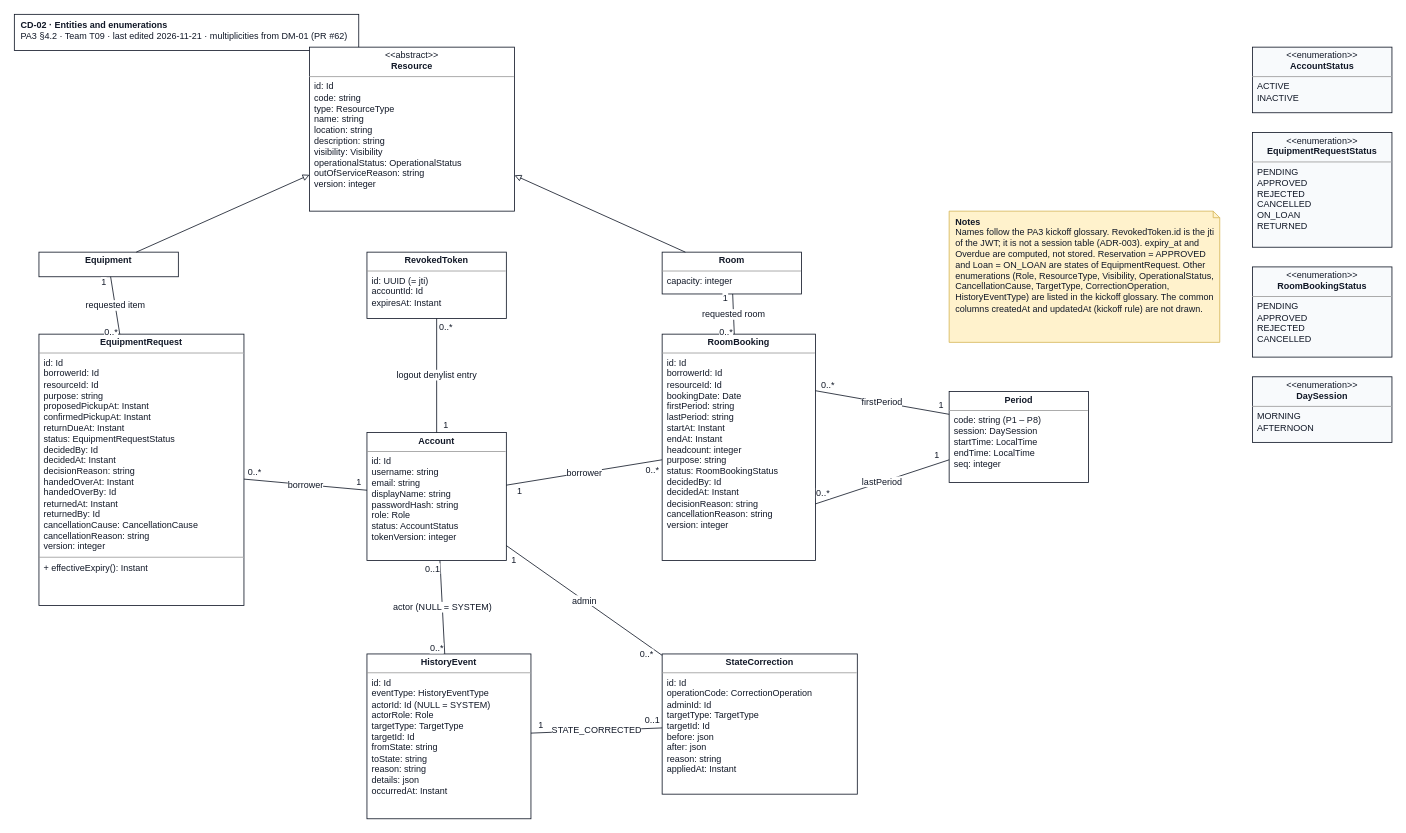
Before: docs/design/diagrams/CD-02_entities.drawio in JuliaTrang/T09-CampusBorrow, a draw.io diagram. Source tidied: cells renumbered, new cells numbered last; positions are measured from the earlier drawing's top-left corner, leaving out a move shared by most shapes. Both pictures are drawn from the tidied source at 82%, with x=0, y=0 at pixel (14, 14).
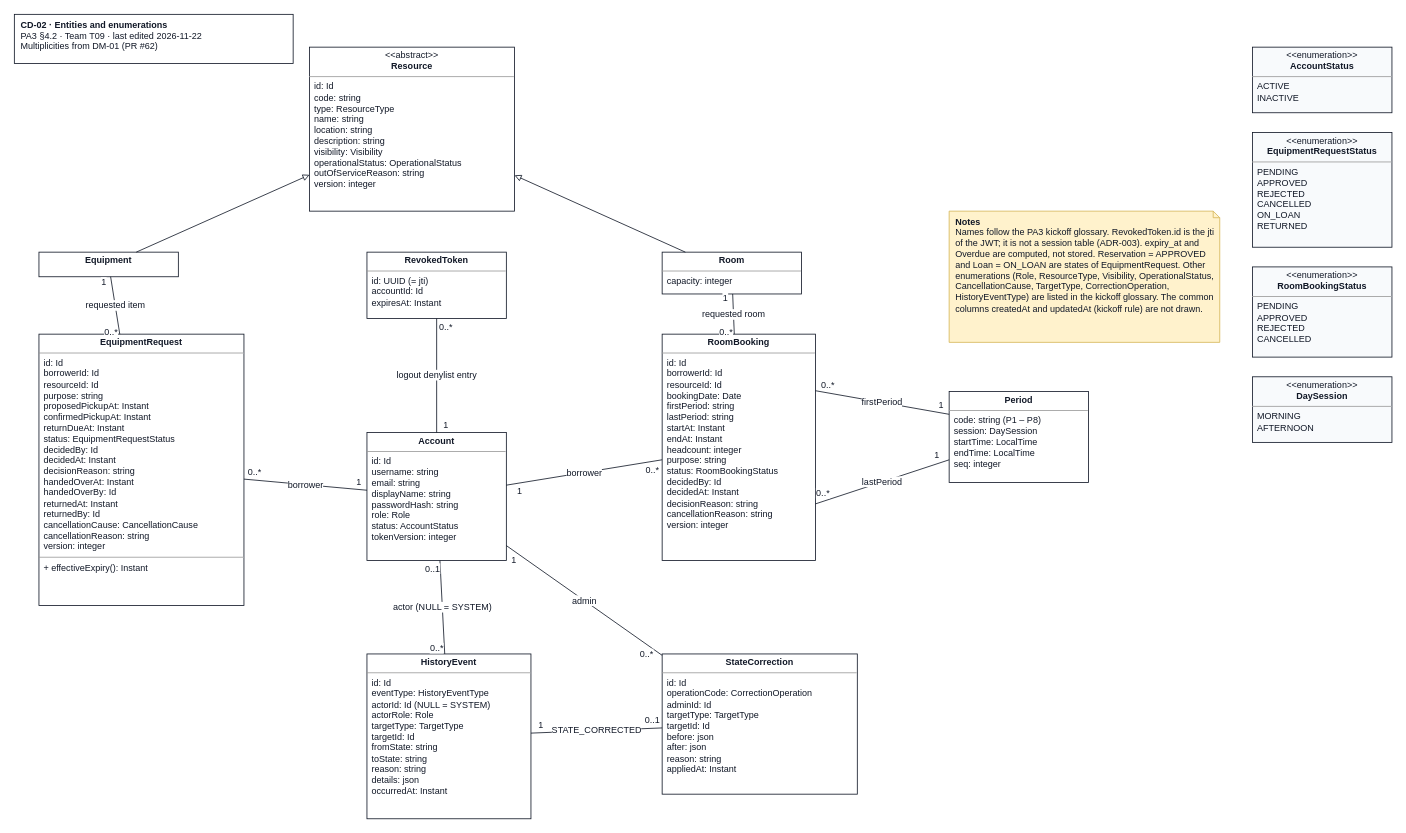
After the change.

The edit, as a diff of the source:
```diff
@@
-    <mxCell id="2" value="&lt;b&gt;CD-02 · Entities and enumerations&lt;/b&gt;&lt;br&gt;PA3 §4.2 · Team T09 · last edited 2026-11-21 · multiplicities from DM-01 (PR #62)" style="rounded=0;whiteSpace=wrap;html=1;align=left;verticalAlign=top;spacingLeft=6;strokeColor=#111827;fillColor=#ffffff;fontFamily=Arial;fontSize=11;fontColor=#111827;" parent="1" vertex="1">
-      <mxGeometry width="420" height="44" as="geometry" />
+    <mxCell id="2" value="&lt;b&gt;CD-02 · Entities and enumerations&lt;/b&gt;&lt;br&gt;PA3 §4.2 · Team T09 · last edited 2026-11-22&lt;br&gt;Multiplicities from DM-01 (PR #62)" style="rounded=0;whiteSpace=wrap;html=1;align=left;verticalAlign=top;spacingLeft=6;strokeColor=#111827;fillColor=#ffffff;fontFamily=Arial;fontSize=11;fontColor=#111827;" parent="1" vertex="1">
+      <mxGeometry width="340" height="60" as="geometry" />
     </mxCell>
```
